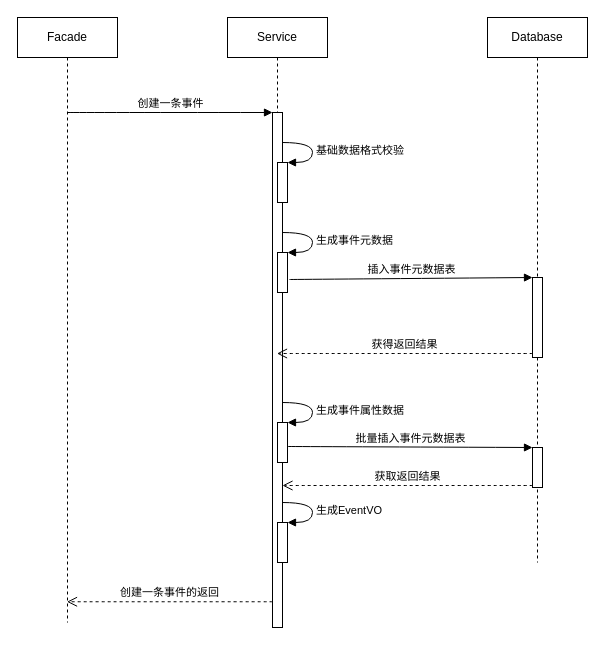
The draw.io diagram 事件中心/创建事件时序图.drawio in NeverMore93/draw, before the edit. Source tidied: cells renumbered, new cells numbered last; positions are measured from the earlier drawing's top-left corner, leaving out a move shared by most shapes. Both pictures are drawn from the tidied source at 100%, with x=0, y=0 at pixel (17, 17).
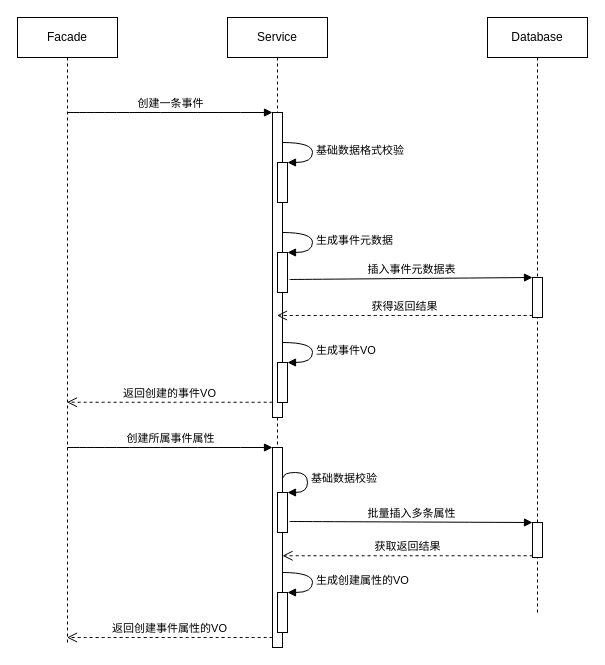
Above is the later version.

Commit message:
更新创建事件时序图.drawio

Diff of the diagram source:
```diff
@@
     <mxCell id="2" value="Facade" style="shape=umlLifeline;perimeter=lifelinePerimeter;whiteSpace=wrap;html=1;outlineConnect=0;" parent="1" vertex="1">
-      <mxGeometry width="100" height="605" as="geometry" />
+      <mxGeometry width="100" height="625" as="geometry" />
     </mxCell>
     <mxCell id="3" value="Service" style="shape=umlLifeline;perimeter=lifelinePerimeter;whiteSpace=wrap;html=1;outlineConnect=0;" parent="1" vertex="1">
-      <mxGeometry x="210" width="100" height="610" as="geometry" />
+      <mxGeometry x="210" width="100" height="630" as="geometry" />
     </mxCell>
     <mxCell id="4" style="html=1;points=[];perimeter=orthogonalPerimeter;" parent="3" vertex="1">
-      <mxGeometry x="45" y="95" width="10" height="515" as="geometry" />
+      <mxGeometry x="45" y="95" width="10" height="305" as="geometry" />
     </mxCell>
@@
-    <mxCell id="9" style="html=1;points=[];perimeter=orthogonalPerimeter;" parent="3" vertex="1">
-      <mxGeometry x="50" y="405" width="10" height="40" as="geometry" />
-    </mxCell>
-    <mxCell id="10" value="生成事件属性数据" style="edgeStyle=orthogonalEdgeStyle;html=1;align=left;spacingLeft=2;endArrow=block;rounded=0;entryX=1;entryY=0;curved=1;elbow=vertical;" parent="3" edge="1" target="9">
-      <mxGeometry relative="1" as="geometry">
-        <mxPoint x="55" y="385" as="sourcePoint" />
-        <Array as="points">
-          <mxPoint x="85" y="385" />
-        </Array>
-      </mxGeometry>
-    </mxCell>
-    <mxCell id="11" style="html=1;points=[];perimeter=orthogonalPerimeter;" parent="3" vertex="1">
-      <mxGeometry x="50" y="505" width="10" height="40" as="geometry" />
-    </mxCell>
-    <mxCell id="12" value="生成EventVO" style="edgeStyle=orthogonalEdgeStyle;html=1;align=left;spacingLeft=2;endArrow=block;rounded=0;entryX=1;entryY=0;curved=1;elbow=vertical;" parent="3" edge="1" target="11">
-      <mxGeometry relative="1" as="geometry">
-        <mxPoint x="55" y="485" as="sourcePoint" />
-        <Array as="points">
-          <mxPoint x="85" y="485" />
-        </Array>
-      </mxGeometry>
-    </mxCell>
+    <mxCell id="22" style="html=1;points=[];perimeter=orthogonalPerimeter;" parent="3" vertex="1">
+      <mxGeometry x="45" y="430" width="10" height="200" as="geometry" />
+    </mxCell>
+    <mxCell id="23" style="html=1;points=[];perimeter=orthogonalPerimeter;" parent="3" vertex="1">
+      <mxGeometry x="50" y="475" width="10" height="40" as="geometry" />
+    </mxCell>
+    <mxCell id="24" value="基础数据校验" style="edgeStyle=orthogonalEdgeStyle;html=1;align=left;spacingLeft=2;endArrow=block;rounded=0;entryX=1;entryY=0;curved=1;elbow=vertical;exitX=1.1;exitY=0.15;exitDx=0;exitDy=0;exitPerimeter=0;" parent="3" edge="1" source="22" target="23">
+      <mxGeometry relative="1" as="geometry">
+        <Array as="points">
+          <mxPoint x="56" y="455" />
+          <mxPoint x="80" y="455" />
+          <mxPoint x="80" y="475" />
+        </Array>
+      </mxGeometry>
+    </mxCell>
+    <mxCell id="25" style="html=1;points=[];perimeter=orthogonalPerimeter;" parent="3" vertex="1">
+      <mxGeometry x="50" y="345" width="10" height="40" as="geometry" />
+    </mxCell>
+    <mxCell id="26" value="生成事件VO" style="edgeStyle=orthogonalEdgeStyle;html=1;align=left;spacingLeft=2;endArrow=block;rounded=0;entryX=1;entryY=0;curved=1;elbow=vertical;" parent="3" edge="1" target="25">
+      <mxGeometry relative="1" as="geometry">
+        <mxPoint x="55" y="325" as="sourcePoint" />
+        <Array as="points">
+          <mxPoint x="85" y="325" />
+        </Array>
+      </mxGeometry>
+    </mxCell>
+    <mxCell id="27" style="html=1;points=[];perimeter=orthogonalPerimeter;" parent="3" vertex="1">
+      <mxGeometry x="50" y="575" width="10" height="40" as="geometry" />
+    </mxCell>
+    <mxCell id="28" value="生成创建属性的VO" style="edgeStyle=orthogonalEdgeStyle;html=1;align=left;spacingLeft=2;endArrow=block;rounded=0;entryX=1;entryY=0;curved=1;elbow=vertical;" parent="3" edge="1" target="27">
+      <mxGeometry relative="1" as="geometry">
+        <mxPoint x="55" y="555" as="sourcePoint" />
+        <Array as="points">
+          <mxPoint x="85" y="555" />
+        </Array>
+      </mxGeometry>
+    </mxCell>
     <mxCell id="13" value="Database" style="shape=umlLifeline;perimeter=lifelinePerimeter;whiteSpace=wrap;html=1;" parent="1" vertex="1">
-      <mxGeometry x="470" width="100" height="545" as="geometry" />
+      <mxGeometry x="470" width="100" height="595" as="geometry" />
     </mxCell>
     <mxCell id="14" style="html=1;points=[];perimeter=orthogonalPerimeter;" parent="13" vertex="1">
-      <mxGeometry x="45" y="260" width="10" height="80" as="geometry" />
+      <mxGeometry x="45" y="260" width="10" height="40" as="geometry" />
     </mxCell>
-    <mxCell id="15" style="html=1;points=[];perimeter=orthogonalPerimeter;" parent="13" vertex="1">
-      <mxGeometry x="45" y="430" width="10" height="40" as="geometry" />
-    </mxCell>
+    <mxCell id="29" style="html=1;points=[];perimeter=orthogonalPerimeter;" parent="13" vertex="1">
+      <mxGeometry x="45" y="505" width="10" height="35" as="geometry" />
+    </mxCell>
-    <mxCell id="16" value="创建一条事件的返回" style="html=1;verticalAlign=bottom;endArrow=open;dashed=1;endSize=8;exitX=0;exitY=0.95;rounded=0;curved=1;elbow=vertical;" parent="1" edge="1" source="4" target="2">
+    <mxCell id="16" value="返回创建的事件VO" style="html=1;verticalAlign=bottom;endArrow=open;dashed=1;endSize=8;exitX=0;exitY=0.95;rounded=0;curved=1;elbow=vertical;" parent="1" edge="1" source="4" target="2">
       <mxGeometry relative="1" as="geometry" />
     </mxCell>
@@
-    <mxCell id="20" value="批量插入事件元数据表" style="html=1;verticalAlign=bottom;endArrow=block;entryX=0;entryY=0;rounded=0;curved=1;elbow=vertical;exitX=1;exitY=0.6;exitDx=0;exitDy=0;exitPerimeter=0;" parent="1" edge="1" source="9" target="15">
-      <mxGeometry relative="1" as="geometry" />
-    </mxCell>
+    <mxCell id="30" value="创建所属事件属性" style="html=1;verticalAlign=bottom;endArrow=block;entryX=0;entryY=0;rounded=0;curved=1;elbow=vertical;" parent="1" edge="1" source="2" target="22">
+      <mxGeometry relative="1" as="geometry" />
+    </mxCell>
+    <mxCell id="31" value="返回创建事件属性的VO" style="html=1;verticalAlign=bottom;endArrow=open;dashed=1;endSize=8;exitX=0;exitY=0.95;rounded=0;curved=1;elbow=vertical;" parent="1" edge="1" source="22" target="2">
+      <mxGeometry relative="1" as="geometry" />
+    </mxCell>
+    <mxCell id="32" value="批量插入多条属性" style="html=1;verticalAlign=bottom;endArrow=block;entryX=0;entryY=0;rounded=0;curved=1;elbow=vertical;exitX=1.2;exitY=0.725;exitDx=0;exitDy=0;exitPerimeter=0;" parent="1" edge="1" source="23" target="29">
+      <mxGeometry relative="1" as="geometry" />
+    </mxCell>
-    <mxCell id="21" value="获取返回结果" style="html=1;verticalAlign=bottom;endArrow=open;dashed=1;endSize=8;exitX=0;exitY=0.95;rounded=0;curved=1;elbow=vertical;" parent="1" edge="1" source="15" target="4">
+    <mxCell id="21" value="获取返回结果" style="html=1;verticalAlign=bottom;endArrow=open;dashed=1;endSize=8;exitX=0;exitY=0.95;rounded=0;curved=1;elbow=vertical;" parent="1" edge="1" source="29" target="22">
       <mxGeometry relative="1" as="geometry" />
     </mxCell>
```
